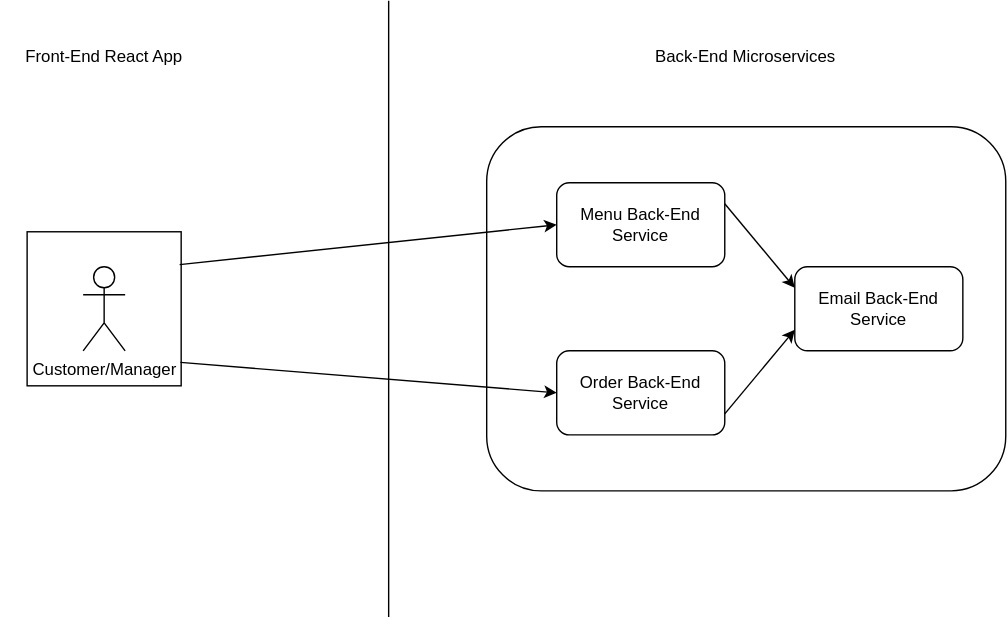
This is Food App Back-End Domain.svg from gauravuq/Food-App-Back-End, a draw.io export, as it was before one commit. Source tidied: cells renumbered, new cells last; positions are measured from the earlier drawing's top-left corner, leaving out a move shared by most shapes.
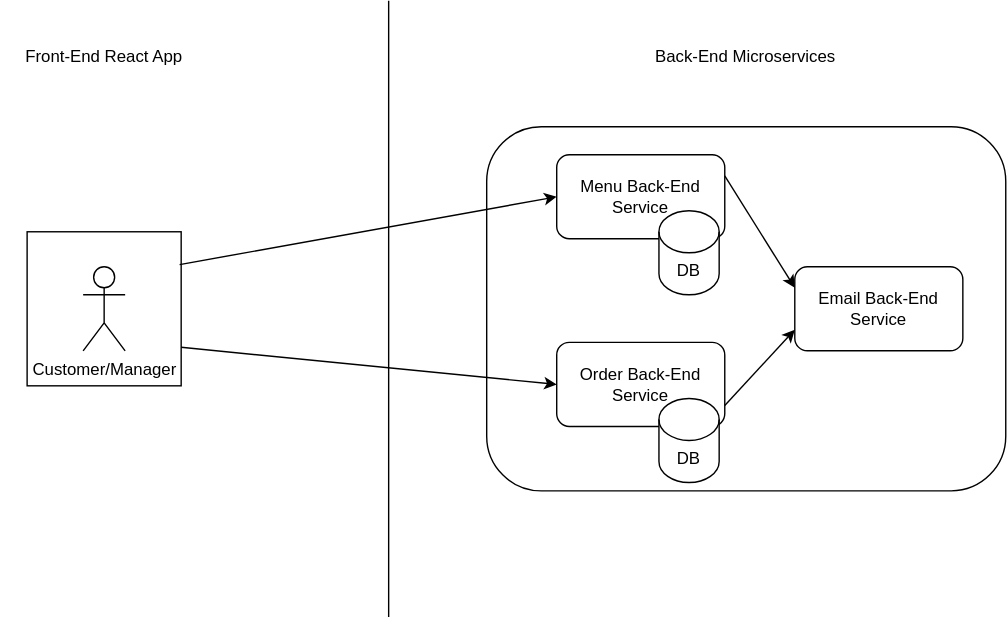
Above is the later version.

The edit, as a diff of the source:
```diff
@@ -6,10 +6,10 @@
       <mxGeometry x="347" y="90" width="370.6" height="260" as="geometry" />
     </mxCell>
     <mxCell id="3" value="Menu Back-End Service" style="rounded=1;whiteSpace=wrap;html=1;" parent="1" vertex="1">
-      <mxGeometry x="397" y="130" width="120" height="60" as="geometry" />
+      <mxGeometry x="397" y="110" width="120" height="60" as="geometry" />
     </mxCell>
     <mxCell id="4" value="Order Back-End Service" style="rounded=1;whiteSpace=wrap;html=1;" parent="1" vertex="1">
-      <mxGeometry x="397" y="250" width="120" height="60" as="geometry" />
+      <mxGeometry x="397" y="244" width="120" height="60" as="geometry" />
     </mxCell>
     <mxCell id="5" value="Email Back-End Service" style="rounded=1;whiteSpace=wrap;html=1;" parent="1" vertex="1">
       <mxGeometry x="567" y="190" width="120" height="60" as="geometry" />
@@ -38,11 +38,17 @@
     <mxCell id="12" style="endArrow=classic;html=1;exitX=0.99;exitY=0.213;exitDx=0;exitDy=0;exitPerimeter=0;entryX=0;entryY=0.5;entryDx=0;entryDy=0;" parent="1" edge="1" source="7" target="3">
       <mxGeometry relative="1" as="geometry" />
     </mxCell>
-    <mxCell id="13" style="endArrow=classic;html=1;exitX=0.995;exitY=0.848;exitDx=0;exitDy=0;exitPerimeter=0;entryX=0;entryY=0.5;entryDx=0;entryDy=0;" parent="1" edge="1" source="7" target="4">
+    <mxCell id="13" style="endArrow=classic;html=1;exitX=1;exitY=0.75;exitDx=0;exitDy=0;entryX=0;entryY=0.5;entryDx=0;entryDy=0;" parent="1" edge="1" source="7" target="4">
       <mxGeometry relative="1" as="geometry" />
     </mxCell>
     <mxCell id="14" value="Customer/Manager" style="shape=umlActor;verticalLabelPosition=bottom;verticalAlign=top;html=1;" parent="1" vertex="1">
       <mxGeometry x="58.8" y="190" width="30" height="60" as="geometry" />
     </mxCell>
+    <mxCell id="15" value="DB" style="shape=cylinder3;whiteSpace=wrap;html=1;boundedLbl=1;backgroundOutline=1;size=15;" parent="1" vertex="1">
+      <mxGeometry x="470" y="150" width="43" height="60" as="geometry" />
+    </mxCell>
+    <mxCell id="16" value="DB" style="shape=cylinder3;whiteSpace=wrap;html=1;boundedLbl=1;backgroundOutline=1;size=15;" parent="1" vertex="1">
+      <mxGeometry x="470" y="284" width="43" height="60" as="geometry" />
+    </mxCell>
   </root>
 </mxGraphModel>
```
